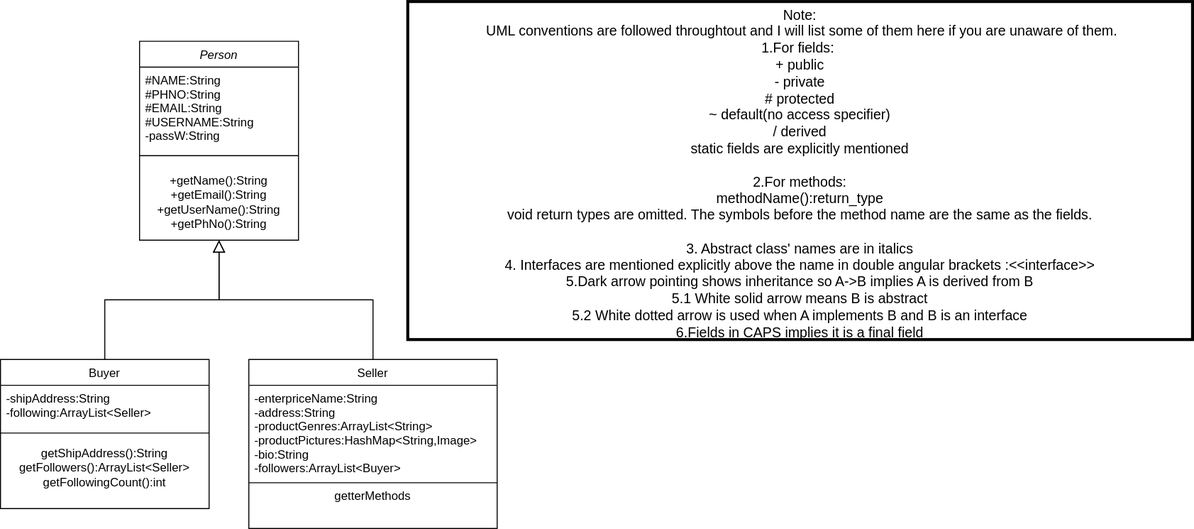
Above: Class Diagram.svg in harry7337/The-Idea (draw.io), before the change. Source tidied: cells renumbered, new cells last; positions are measured from the earlier drawing's top-left corner, leaving out a move shared by most shapes.
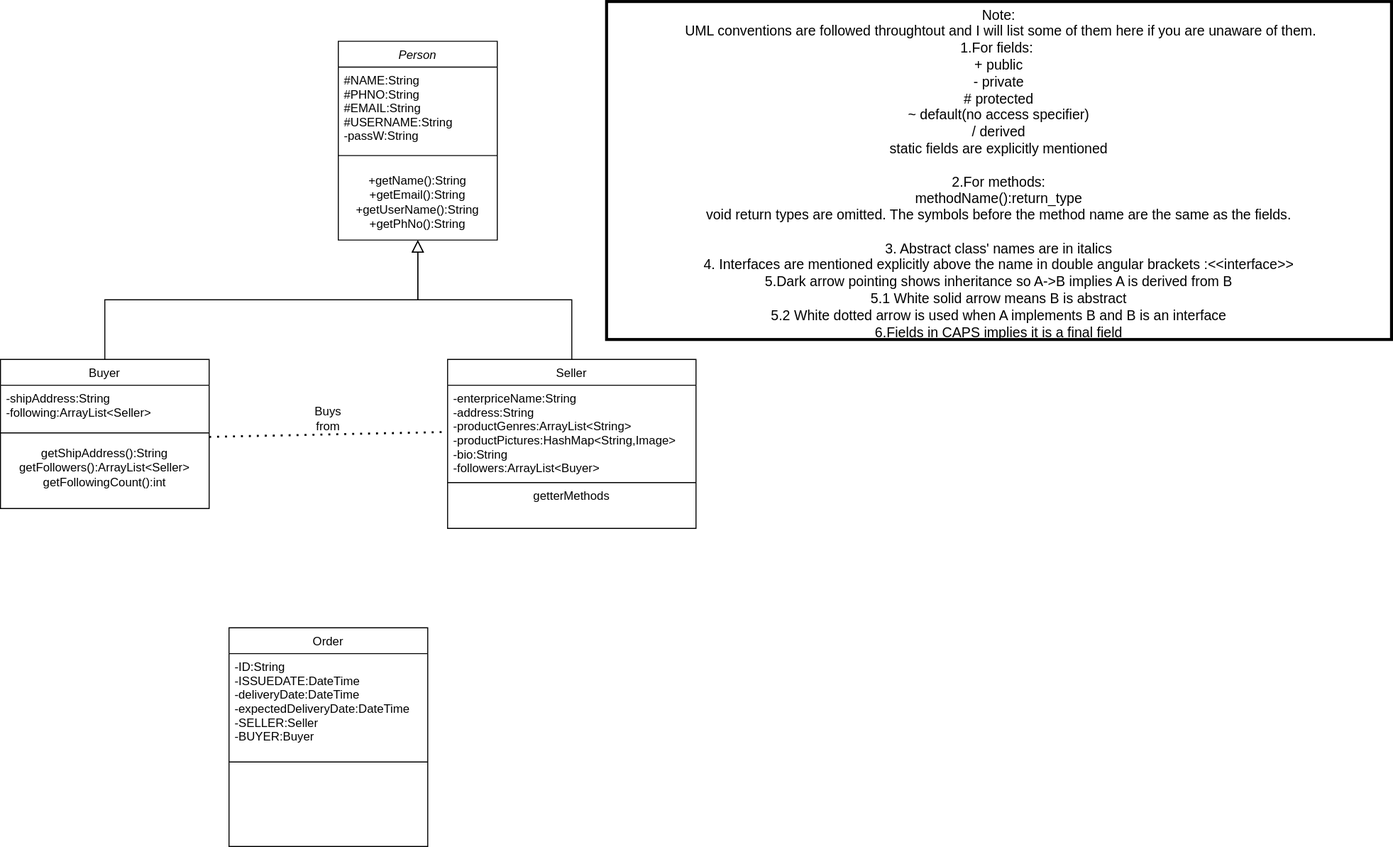
After the change.

What changed in the source:
```diff
@@ -15,7 +15,7 @@
       <mxGeometry y="120" width="160" height="70" as="geometry" />
     </mxCell>
     <mxCell id="6" value="Buyer" style="swimlane;fontStyle=0;align=center;verticalAlign=top;horizontal=1;startSize=26;rounded=0;shadow=0;strokeWidth=1;" parent="1" vertex="1">
-      <mxGeometry y="360" width="210" height="150" as="geometry" />
+      <mxGeometry x="-200" y="360" width="210" height="150" as="geometry" />
     </mxCell>
     <mxCell id="7" value="-shipAddress:String&#10;-following:ArrayList&lt;Seller&gt;" style="text;align=left;verticalAlign=top;spacingLeft=4;spacingRight=4;overflow=hidden;" parent="6" vertex="1">
       <mxGeometry y="26" width="210" height="44" as="geometry" />
@@ -50,5 +50,20 @@
     <mxCell id="17" value="&lt;font style=&quot;font-size: 14px&quot;&gt;Note:&lt;br&gt;&amp;nbsp;UML conventions are followed throughtout and I will list some of them here if you are unaware of them.&lt;br&gt;1.For fields:&amp;nbsp;&lt;br&gt;+ public&lt;br&gt;- private&lt;br&gt;# protected&lt;br&gt;~ default(no access specifier)&lt;br&gt;/ derived&lt;br&gt;static fields are explicitly mentioned&lt;br&gt;&lt;br&gt;2.For methods:&lt;br&gt;methodName():return_type&lt;br&gt;void return types are omitted. The symbols before the method name are the same as the fields.&lt;br&gt;&lt;br&gt;3. Abstract class' names are in italics&lt;br&gt;4. Interfaces are mentioned explicitly above the name in double angular brackets :&amp;lt;&amp;lt;interface&amp;gt;&amp;gt;&lt;br&gt;5.Dark arrow pointing shows inheritance so A-&amp;gt;B implies A is derived from B&lt;br&gt;5.1 White solid arrow means B is abstract&lt;br&gt;5.2 White dotted arrow is used when A implements B and B is an interface&lt;br&gt;6.Fields in CAPS implies it is a final field&lt;/font&gt;" style="text;html=1;strokeColor=none;fillColor=none;align=center;verticalAlign=middle;whiteSpace=wrap;rounded=0;" parent="1" vertex="1">
       <mxGeometry x="420" y="5" width="770" height="335" as="geometry" />
     </mxCell>
+    <mxCell id="18" value="Order" style="swimlane;fontStyle=0;align=center;verticalAlign=top;horizontal=1;startSize=26;rounded=0;shadow=0;strokeWidth=1;" parent="1" vertex="1">
+      <mxGeometry x="30" y="630" width="200" height="220" as="geometry" />
+    </mxCell>
+    <mxCell id="19" value="-ID:String&#10;-ISSUEDATE:DateTime&#10;-deliveryDate:DateTime&#10;-expectedDeliveryDate:DateTime&#10;-SELLER:Seller&#10;-BUYER:Buyer" style="text;align=left;verticalAlign=top;spacingLeft=4;spacingRight=4;overflow=hidden;" parent="18" vertex="1">
+      <mxGeometry y="26" width="200" height="104" as="geometry" />
+    </mxCell>
+    <mxCell id="20" style="line;html=1;strokeWidth=1;align=left;verticalAlign=middle;spacingTop=-1;spacingLeft=3;spacingRight=3;labelPosition=right;" parent="18" vertex="1">
+      <mxGeometry y="130" width="200" height="10" as="geometry" />
+    </mxCell>
+    <mxCell id="21" value="Buys from" style="text;html=1;strokeColor=none;fillColor=none;align=center;verticalAlign=middle;whiteSpace=wrap;rounded=0;" parent="1" vertex="1">
+      <mxGeometry x="110" y="410" width="40" height="20" as="geometry" />
+    </mxCell>
+    <mxCell id="22" style="endArrow=none;dashed=1;html=1;dashPattern=1 3;strokeWidth=2;exitX=1;exitY=0;exitDx=0;exitDy=0;entryX=0;entryY=0.5;entryDx=0;entryDy=0;" parent="1" edge="1" source="9" target="12">
+      <mxGeometry relative="1" as="geometry" />
+    </mxCell>
   </root>
 </mxGraphModel>
```
